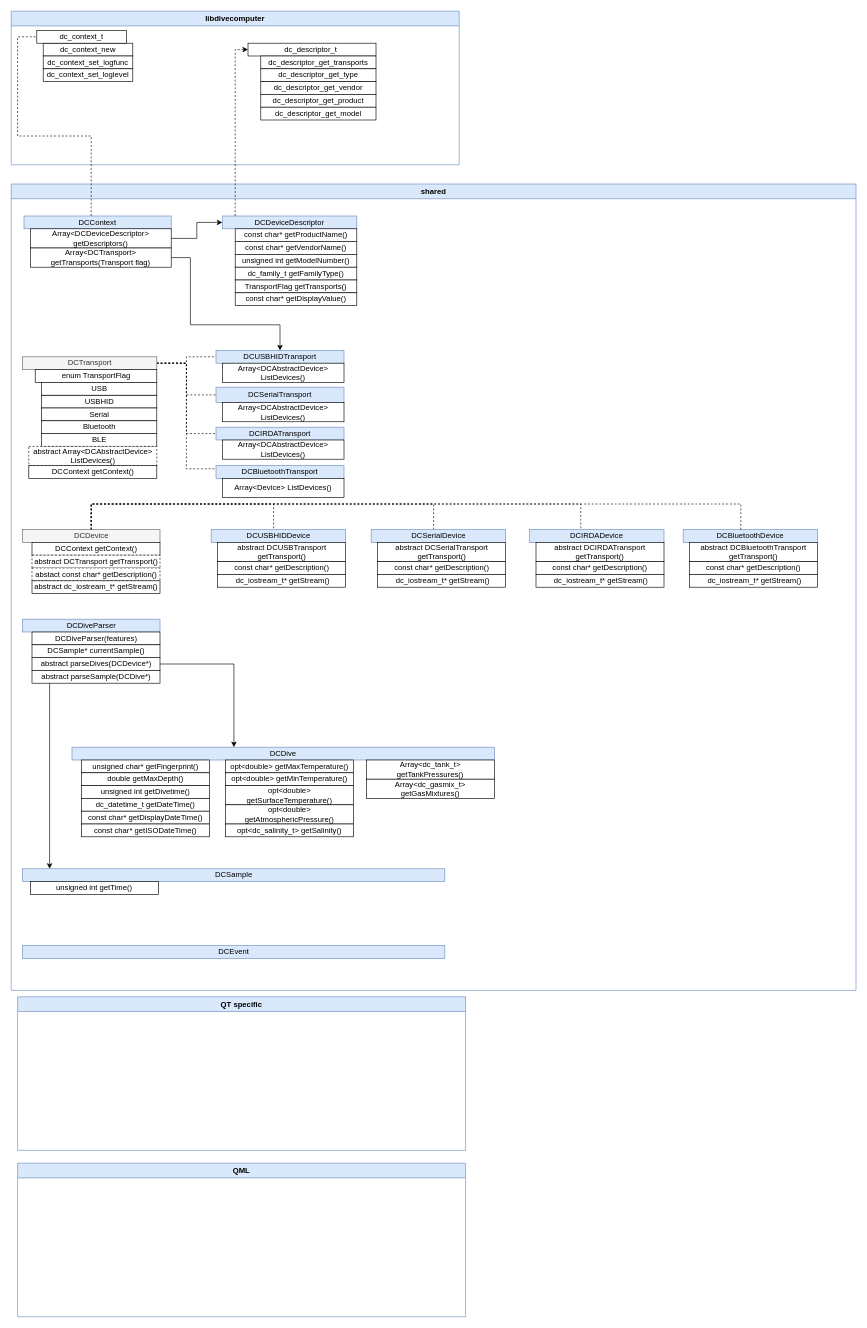
Above: qt-libdivecomputer.drawio in blackshadev/qt-dive-uploader (draw.io), before the change. Source tidied: cells renumbered, new cells numbered last; positions are measured from the earlier drawing's top-left corner, leaving out a move shared by most shapes. Both pictures are drawn from the tidied source at 64%, with x=0, y=0 at pixel (11, 11).
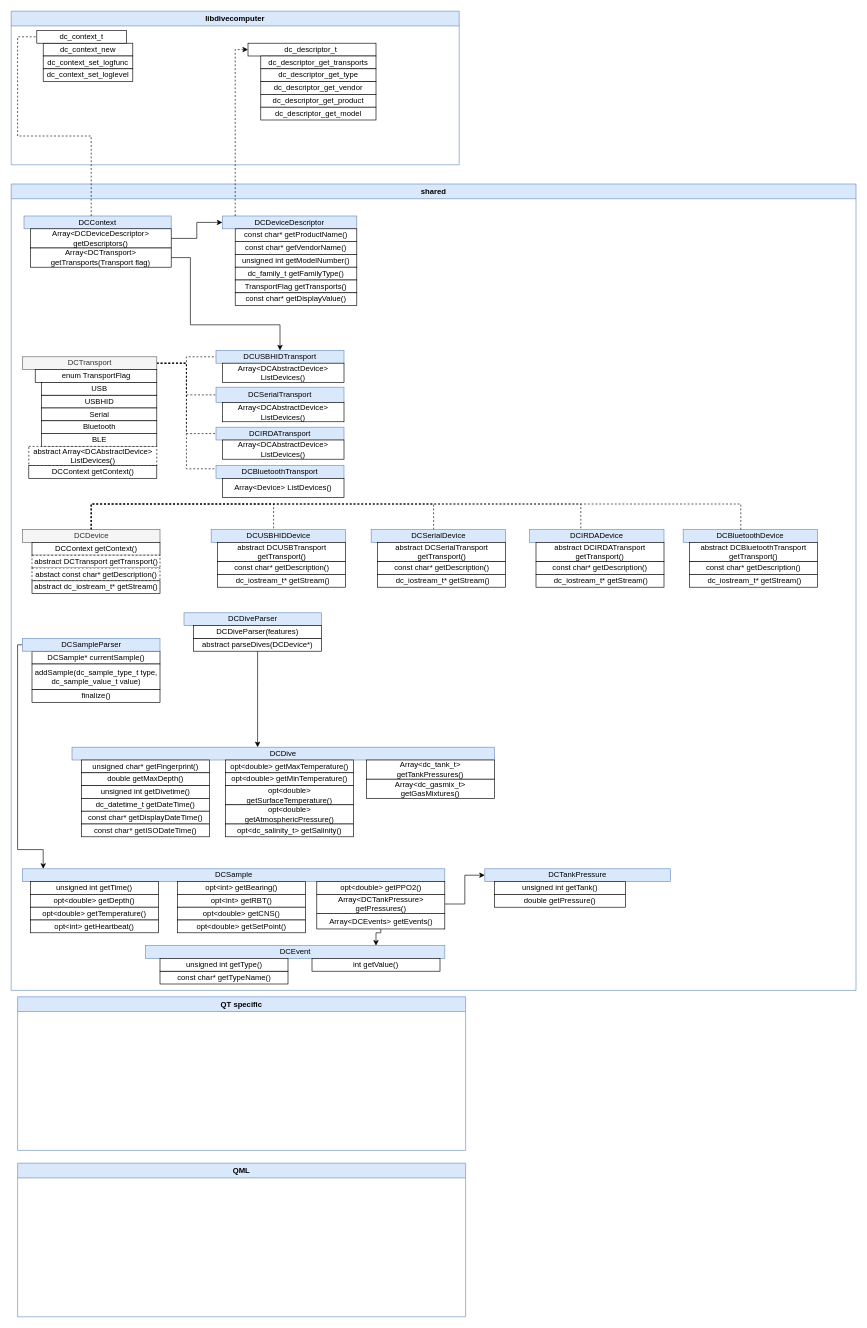
The same diagram, later.

The change refers to these unchanged cells:
```xml
<mxCell id="13" value="shared" style="swimlane;fillColor=#dae8fc;strokeColor=#6c8ebf;" parent="1" vertex="1">
  <mxGeometry y="270" width="1320" height="1260" as="geometry" />
</mxCell>
<mxCell id="72" value="DCDive" style="rounded=0;whiteSpace=wrap;html=1;fillColor=#dae8fc;strokeColor=#6c8ebf;" parent="13" vertex="1">
  <mxGeometry x="95" y="880" width="660" height="20" as="geometry" />
</mxCell>
<mxCell id="86" value="DCSample" style="rounded=0;whiteSpace=wrap;html=1;fillColor=#dae8fc;strokeColor=#6c8ebf;" parent="13" vertex="1">
  <mxGeometry x="17.5" y="1070" width="660" height="20" as="geometry" />
</mxCell>
```

Diff of the diagram source:
```diff
@@
     <mxCell id="87" value="DCEvent" style="rounded=0;whiteSpace=wrap;html=1;fillColor=#dae8fc;strokeColor=#6c8ebf;" parent="13" vertex="1">
-      <mxGeometry x="17.5" y="1190" width="660" height="20" as="geometry" />
+      <mxGeometry x="210" y="1190" width="467.5" height="20" as="geometry" />
     </mxCell>
     <mxCell id="88" value="DCDiveParser" style="rounded=0;whiteSpace=wrap;html=1;fillColor=#dae8fc;strokeColor=#6c8ebf;" parent="13" vertex="1">
-      <mxGeometry x="17.5" y="680" width="215" height="20" as="geometry" />
+      <mxGeometry x="270" y="670" width="215" height="20" as="geometry" />
     </mxCell>
     <mxCell id="89" style="edgeStyle=orthogonalEdgeStyle;rounded=0;jettySize=auto;html=1;" parent="13" edge="1" source="90" target="72">
       <mxGeometry relative="1" as="geometry">
         <Array as="points">
-          <mxPoint x="348" y="750" />
+          <mxPoint x="385" y="780" />
+          <mxPoint x="385" y="780" />
         </Array>
       </mxGeometry>
     </mxCell>
     <mxCell id="90" value="abstract parseDives(DCDevice*)" style="rounded=0;whiteSpace=wrap;html=1;" parent="13" vertex="1">
-      <mxGeometry x="32.5" y="740" width="200" height="20" as="geometry" />
+      <mxGeometry x="285" y="710" width="200" height="20" as="geometry" />
     </mxCell>
-    <mxCell id="91" style="edgeStyle=orthogonalEdgeStyle;rounded=0;jettySize=auto;html=1;" parent="13" edge="1" source="92" target="86">
-      <mxGeometry relative="1" as="geometry">
-        <Array as="points">
-          <mxPoint x="60" y="830" />
-          <mxPoint x="60" y="830" />
-        </Array>
-      </mxGeometry>
-    </mxCell>
-    <mxCell id="92" value="abstract parseSample(DCDive*)" style="rounded=0;whiteSpace=wrap;html=1;" parent="13" vertex="1">
-      <mxGeometry x="32.5" y="760" width="200" height="20" as="geometry" />
-    </mxCell>
     <mxCell id="93" value="DCDiveParser(features)" style="rounded=0;whiteSpace=wrap;html=1;" parent="13" vertex="1">
-      <mxGeometry x="32.5" y="700" width="200" height="20" as="geometry" />
+      <mxGeometry x="285" y="690" width="200" height="20" as="geometry" />
     </mxCell>
     <mxCell id="94" value="DCSample* currentSample()" style="rounded=0;whiteSpace=wrap;html=1;" parent="13" vertex="1">
-      <mxGeometry x="32.5" y="720" width="200" height="20" as="geometry" />
+      <mxGeometry x="32.5" y="730" width="200" height="20" as="geometry" />
     </mxCell>
@@
+    <mxCell id="100" value="opt&amp;lt;double&amp;gt; getDepth()" style="rounded=0;whiteSpace=wrap;html=1;" parent="13" vertex="1">
+      <mxGeometry x="30" y="1110" width="200" height="20" as="geometry" />
+    </mxCell>
+    <mxCell id="101" value="opt&amp;lt;double&amp;gt; getTemperature()" style="rounded=0;whiteSpace=wrap;html=1;" parent="13" vertex="1">
+      <mxGeometry x="30" y="1130" width="200" height="20" as="geometry" />
+    </mxCell>
+    <mxCell id="102" value="opt&amp;lt;int&amp;gt; getHeartbeat()" style="rounded=0;whiteSpace=wrap;html=1;" parent="13" vertex="1">
+      <mxGeometry x="30" y="1150" width="200" height="20" as="geometry" />
+    </mxCell>
+    <mxCell id="103" value="opt&amp;lt;int&amp;gt; getBearing()" style="rounded=0;whiteSpace=wrap;html=1;" parent="13" vertex="1">
+      <mxGeometry x="260" y="1090" width="200" height="20" as="geometry" />
+    </mxCell>
+    <mxCell id="104" value="opt&amp;lt;int&amp;gt; getRBT()" style="rounded=0;whiteSpace=wrap;html=1;" parent="13" vertex="1">
+      <mxGeometry x="260" y="1110" width="200" height="20" as="geometry" />
+    </mxCell>
+    <mxCell id="105" value="opt&amp;lt;double&amp;gt; getCNS()" style="rounded=0;whiteSpace=wrap;html=1;" parent="13" vertex="1">
+      <mxGeometry x="260" y="1130" width="200" height="20" as="geometry" />
+    </mxCell>
+    <mxCell id="106" value="opt&amp;lt;double&amp;gt; getSetPoint()" style="rounded=0;whiteSpace=wrap;html=1;" parent="13" vertex="1">
+      <mxGeometry x="260" y="1150" width="200" height="20" as="geometry" />
+    </mxCell>
+    <mxCell id="107" value="opt&amp;lt;double&amp;gt; getPPO2()" style="rounded=0;whiteSpace=wrap;html=1;" parent="13" vertex="1">
+      <mxGeometry x="477.5" y="1090" width="200" height="20" as="geometry" />
+    </mxCell>
+    <mxCell id="108" style="edgeStyle=orthogonalEdgeStyle;rounded=0;jettySize=auto;html=1;" parent="13" edge="1" source="109" target="87">
+      <mxGeometry relative="1" as="geometry">
+        <Array as="points">
+          <mxPoint x="578" y="1170" />
+          <mxPoint x="570" y="1170" />
+        </Array>
+      </mxGeometry>
+    </mxCell>
+    <mxCell id="109" value="Array&amp;lt;DCEvents&amp;gt; getEvents()" style="rounded=0;whiteSpace=wrap;html=1;" parent="13" vertex="1">
+      <mxGeometry x="477.5" y="1140" width="200" height="24" as="geometry" />
+    </mxCell>
+    <mxCell id="110" style="edgeStyle=orthogonalEdgeStyle;rounded=0;jettySize=auto;html=1;entryX=0;entryY=0.5;entryDx=0;entryDy=0;" parent="13" edge="1" source="111" target="112">
+      <mxGeometry relative="1" as="geometry" />
+    </mxCell>
+    <mxCell id="111" value="Array&amp;lt;DCTankPressure&amp;gt; getPressures()" style="rounded=0;whiteSpace=wrap;html=1;" parent="13" vertex="1">
+      <mxGeometry x="477.5" y="1110" width="200" height="30" as="geometry" />
+    </mxCell>
+    <mxCell id="112" value="DCTankPressure" style="rounded=0;whiteSpace=wrap;html=1;fillColor=#dae8fc;strokeColor=#6c8ebf;" parent="13" vertex="1">
+      <mxGeometry x="740" y="1070" width="290" height="20" as="geometry" />
+    </mxCell>
+    <mxCell id="113" value="unsigned int getTank()" style="rounded=0;whiteSpace=wrap;html=1;" parent="13" vertex="1">
+      <mxGeometry x="755" y="1090" width="205" height="20" as="geometry" />
+    </mxCell>
+    <mxCell id="114" value="double getPressure()" style="rounded=0;whiteSpace=wrap;html=1;" parent="13" vertex="1">
+      <mxGeometry x="755" y="1110" width="205" height="20" as="geometry" />
+    </mxCell>
+    <mxCell id="115" value="int getValue()" style="rounded=0;whiteSpace=wrap;html=1;" parent="13" vertex="1">
+      <mxGeometry x="470" y="1210" width="200" height="20" as="geometry" />
+    </mxCell>
+    <mxCell id="116" value="const char* getTypeName()" style="rounded=0;whiteSpace=wrap;html=1;" parent="13" vertex="1">
+      <mxGeometry x="232.5" y="1230" width="200" height="20" as="geometry" />
+    </mxCell>
+    <mxCell id="117" value="unsigned int getType()" style="rounded=0;whiteSpace=wrap;html=1;" parent="13" vertex="1">
+      <mxGeometry x="232.5" y="1210" width="200" height="20" as="geometry" />
+    </mxCell>
+    <mxCell id="118" style="edgeStyle=orthogonalEdgeStyle;rounded=0;jettySize=auto;html=1;" parent="13" edge="1" source="119" target="86">
+      <mxGeometry relative="1" as="geometry">
+        <Array as="points">
+          <mxPoint x="10" y="720" />
+          <mxPoint x="10" y="1040" />
+          <mxPoint x="50" y="1040" />
+        </Array>
+      </mxGeometry>
+    </mxCell>
+    <mxCell id="119" value="DCSampleParser" style="rounded=0;whiteSpace=wrap;html=1;fillColor=#dae8fc;strokeColor=#6c8ebf;" parent="13" vertex="1">
+      <mxGeometry x="17.5" y="710" width="215" height="20" as="geometry" />
+    </mxCell>
+    <mxCell id="120" value="addSample(dc_sample_type_t type, dc_sample_value_t value)" style="rounded=0;whiteSpace=wrap;html=1;" parent="13" vertex="1">
+      <mxGeometry x="32.5" y="750" width="200" height="40" as="geometry" />
+    </mxCell>
+    <mxCell id="121" value="finalize()" style="rounded=0;whiteSpace=wrap;html=1;" parent="13" vertex="1">
+      <mxGeometry x="32.5" y="790" width="200" height="20" as="geometry" />
+    </mxCell>
```
